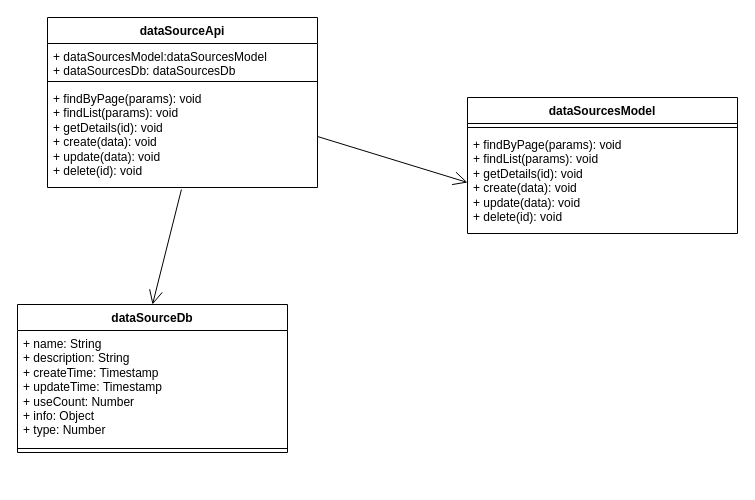
Above: 数据源.drawio in yuxinyu12345/diagrams (draw.io), before the change. Source tidied: cells renumbered, new cells numbered last; positions are measured from the earlier drawing's top-left corner, leaving out a move shared by most shapes. Both pictures are drawn from the tidied source at 100%, with x=0, y=0 at pixel (17, 17).
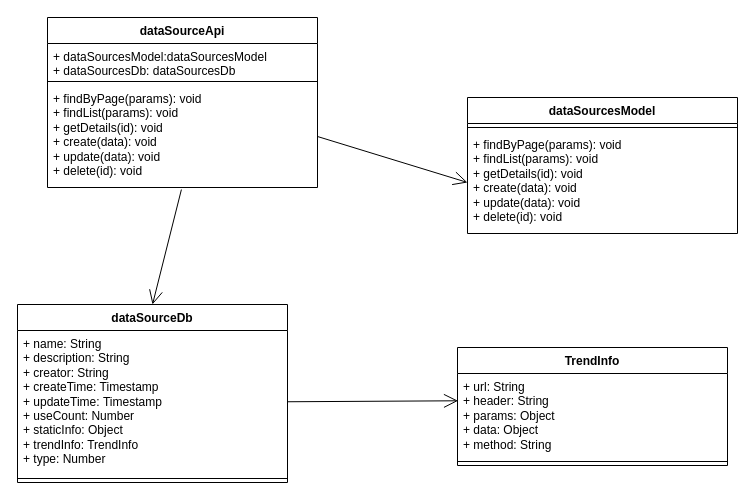
Above is the later version.

Commit message:
更新数据源.drawio

The edit, as a diff of the source:
```diff
@@
 <mxGraphModel>
   <root>
     <mxCell id="0" />
     <mxCell id="1" parent="0" />
     <mxCell id="2" value="dataSourceApi" style="swimlane;fontStyle=1;align=center;verticalAlign=top;horizontal=1;startSize=26;whiteSpace=wrap;html=1;" parent="1" vertex="1">
       <mxGeometry x="30" width="270" height="170" as="geometry" />
     </mxCell>
     <mxCell id="3" value="+ dataSourcesModel:dataSourcesModel&lt;br&gt;+ dataSourcesDb: dataSourcesDb" style="text;strokeColor=none;fillColor=none;align=left;verticalAlign=top;spacingLeft=4;spacingRight=4;overflow=hidden;whiteSpace=wrap;html=1;" parent="2" vertex="1">
       <mxGeometry y="26" width="270" height="34" as="geometry" />
     </mxCell>
     <mxCell id="4" style="line;strokeWidth=1;fillColor=none;align=left;verticalAlign=middle;spacingTop=-1;spacingLeft=3;spacingRight=3;labelPosition=right;strokeColor=inherit;" parent="2" vertex="1">
       <mxGeometry y="60" width="270" height="8" as="geometry" />
     </mxCell>
     <mxCell id="5" value="+ findByPage(params): void&lt;br&gt;+ findList(params): void&lt;br&gt;+ getDetails(id): void&lt;br&gt;+ create(data): void&lt;br&gt;+ update(data): void&lt;br&gt;+ delete(id): void" style="text;strokeColor=none;fillColor=none;align=left;verticalAlign=top;spacingLeft=4;spacingRight=4;overflow=hidden;points=[[0,0.5],[1,0.5]];portConstraint=eastwest;whiteSpace=wrap;html=1;" parent="2" vertex="1">
       <mxGeometry y="68" width="270" height="102" as="geometry" />
     </mxCell>
     <mxCell id="6" value="dataSourcesModel" style="swimlane;fontStyle=1;align=center;verticalAlign=top;horizontal=1;startSize=26;whiteSpace=wrap;html=1;" parent="1" vertex="1">
       <mxGeometry x="450" y="80" width="270" height="136" as="geometry" />
     </mxCell>
     <mxCell id="7" style="line;strokeWidth=1;fillColor=none;align=left;verticalAlign=middle;spacingTop=-1;spacingLeft=3;spacingRight=3;labelPosition=right;strokeColor=inherit;" parent="6" vertex="1">
       <mxGeometry y="26" width="270" height="8" as="geometry" />
     </mxCell>
     <mxCell id="8" value="+ findByPage(params): void&lt;br&gt;+ findList(params): void&lt;br&gt;+ getDetails(id): void&lt;br&gt;+ create(data): void&lt;br&gt;+ update(data): void&lt;br&gt;+ delete(id): void" style="text;strokeColor=none;fillColor=none;align=left;verticalAlign=top;spacingLeft=4;spacingRight=4;overflow=hidden;points=[[0,0.5],[1,0.5]];portConstraint=eastwest;whiteSpace=wrap;html=1;" parent="6" vertex="1">
       <mxGeometry y="34" width="270" height="102" as="geometry" />
     </mxCell>
     <mxCell id="9" value="dataSourceDb" style="swimlane;fontStyle=1;align=center;verticalAlign=top;horizontal=1;startSize=26;whiteSpace=wrap;html=1;" parent="1" vertex="1">
-      <mxGeometry y="287" width="270" height="148" as="geometry" />
+      <mxGeometry y="287" width="270" height="178" as="geometry" />
     </mxCell>
-    <mxCell id="10" value="+ name: String&lt;br&gt;+&amp;nbsp;description: String&lt;br&gt;+&amp;nbsp;createTime:&amp;nbsp;Timestamp&lt;br&gt;+ updateTime:&amp;nbsp;Timestamp&lt;br&gt;+ useCount: Number&lt;br&gt;+&amp;nbsp;info: Object&lt;br&gt;+ type:&amp;nbsp;Number" style="text;strokeColor=none;fillColor=none;align=left;verticalAlign=top;spacingLeft=4;spacingRight=4;overflow=hidden;points=[[0,0.5],[1,0.5]];portConstraint=eastwest;whiteSpace=wrap;html=1;" parent="9" vertex="1">
-      <mxGeometry y="26" width="270" height="114" as="geometry" />
+    <mxCell id="10" value="+ name: String&lt;br&gt;+&amp;nbsp;description: String&lt;br&gt;+ creator: String&lt;br&gt;+&amp;nbsp;createTime:&amp;nbsp;Timestamp&lt;br&gt;+ updateTime:&amp;nbsp;Timestamp&lt;br&gt;+ useCount: Number&lt;br&gt;+ staticInfo: Object&lt;br&gt;+&amp;nbsp;trendInfo: TrendInfo&lt;br&gt;+ type:&amp;nbsp;Number" style="text;strokeColor=none;fillColor=none;align=left;verticalAlign=top;spacingLeft=4;spacingRight=4;overflow=hidden;points=[[0,0.5],[1,0.5]];portConstraint=eastwest;whiteSpace=wrap;html=1;" parent="9" vertex="1">
+      <mxGeometry y="26" width="270" height="144" as="geometry" />
     </mxCell>
     <mxCell id="11" style="line;strokeWidth=1;fillColor=none;align=left;verticalAlign=middle;spacingTop=-1;spacingLeft=3;spacingRight=3;labelPosition=right;strokeColor=inherit;" parent="9" vertex="1">
-      <mxGeometry y="140" width="270" height="8" as="geometry" />
+      <mxGeometry y="170" width="270" height="8" as="geometry" />
     </mxCell>
     <mxCell id="12" style="endArrow=open;endFill=1;endSize=12;html=1;rounded=0;exitX=1;exitY=0.5;exitDx=0;exitDy=0;entryX=0;entryY=0.5;entryDx=0;entryDy=0;" parent="1" edge="1" source="5" target="8">
       <mxGeometry relative="1" as="geometry" />
     </mxCell>
     <mxCell id="13" style="endArrow=open;endFill=1;endSize=12;html=1;rounded=0;exitX=0.496;exitY=1.02;exitDx=0;exitDy=0;exitPerimeter=0;entryX=0.5;entryY=0;entryDx=0;entryDy=0;" parent="1" edge="1" source="5" target="9">
       <mxGeometry relative="1" as="geometry" />
     </mxCell>
+    <mxCell id="14" value="TrendInfo" style="swimlane;fontStyle=1;align=center;verticalAlign=top;horizontal=1;startSize=26;whiteSpace=wrap;html=1;" parent="1" vertex="1">
+      <mxGeometry x="440" y="330" width="270" height="118" as="geometry" />
+    </mxCell>
+    <mxCell id="15" value="+ url: String&lt;br&gt;+ header: String&lt;br&gt;+ params: Object&lt;br&gt;+ data: Object&lt;br&gt;+&amp;nbsp;method: String" style="text;strokeColor=none;fillColor=none;align=left;verticalAlign=top;spacingLeft=4;spacingRight=4;overflow=hidden;points=[[0,0.5],[1,0.5]];portConstraint=eastwest;whiteSpace=wrap;html=1;" parent="14" vertex="1">
+      <mxGeometry y="26" width="270" height="84" as="geometry" />
+    </mxCell>
+    <mxCell id="16" style="line;strokeWidth=1;fillColor=none;align=left;verticalAlign=middle;spacingTop=-1;spacingLeft=3;spacingRight=3;labelPosition=right;strokeColor=inherit;" parent="14" vertex="1">
+      <mxGeometry y="110" width="270" height="8" as="geometry" />
+    </mxCell>
+    <mxCell id="17" style="endArrow=open;endFill=1;endSize=12;html=1;rounded=0;entryX=0.002;entryY=0.325;entryDx=0;entryDy=0;entryPerimeter=0;" parent="1" edge="1" source="10" target="15">
+      <mxGeometry relative="1" as="geometry" />
+    </mxCell>
   </root>
 </mxGraphModel>
```
